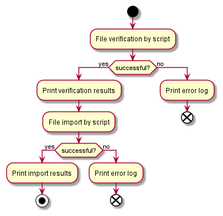
Earlier version of the PlantUML export docs/dwh_activity.png (aktin/p21-script).
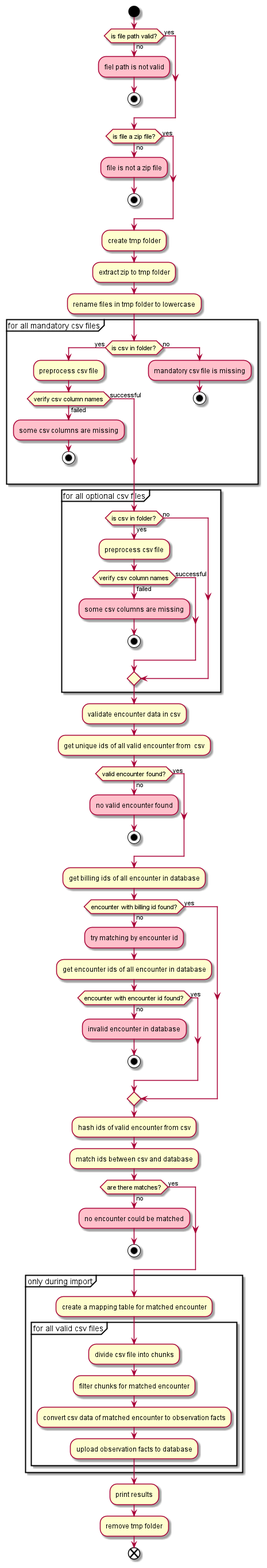
After the commit.

Commit message:
updated activity diagram, updated architecture diagram, updated README.md

Diff of the diagram source:
```diff
@@ -1,19 +1,90 @@
 @startuml
+start
 
-start
-:File verification by script;
-if (successful?) then (yes)
-  :Print verification results;
-  :File import by script;
-  if (successful?) then (yes)
-    :Print import results;
+if (is file path valid?) then (yes)
+else (no)
+#pink:fiel path is not valid;
+stop
+endif
+
+if (is file a zip file?) then (yes)
+else (no)
+#pink:file is not a zip file;
+stop
+endif
+
+:create tmp folder;
+:extract zip to tmp folder;
+:rename files in tmp folder to lowercase;
+
+partition "for all mandatory csv files" {
+if (is csv in folder?) then (yes)
+    :preprocess csv file;
+    if (verify csv column names) then (successful)
+    else (failed)
+        #pink:some csv columns are missing;
+        stop
+    endif
+else (no)
+    #pink:mandatory csv file is missing;
     stop
-  else (no)
-    :Print error log;
-    end
-  endif
+endif
+}
+
+partition "for all optional csv files" {
+if (is csv in folder?) then (yes)
+    :preprocess csv file;
+    if (verify csv column names) then (successful)
+    else (failed)
+        #pink:some csv columns are missing;
+        stop
+    endif
 else (no)
-:Print error log;
+endif
+}
+
+:validate encounter data in csv;
+:get unique ids of all valid encounter from  csv;
+
+if (valid encounter found?) then (yes)
+else (no)
+#pink:no valid encounter found;
+stop
+endif
+
+:get billing ids of all encounter in database;
+
+if (encounter with billing id found?) then (yes)
+else (no)
+#pink:try matching by encounter id;
+:get encounter ids of all encounter in database;
+if (encounter with encounter id found?) then (yes)
+else (no)
+    #pink:invalid encounter in database;
+    stop
+endif
+endif
+
+:hash ids of valid encounter from csv;
+:match ids between csv and database;
+
+if (are there matches?) then (yes)
+else (no)
+#pink:no encounter could be matched;
+stop
+endif
+
+partition "only during import" {
+:create a mapping table for matched encounter;
+partition "for all valid csv files" {
+:divide csv file into chunks;
+:filter chunks for matched encounter;
+:convert csv data of matched encounter to observation facts;
+:upload observation facts to database;
+}
+}
+
+:print results;
+:remove tmp folder;
 end
-endif
 @enduml
```
